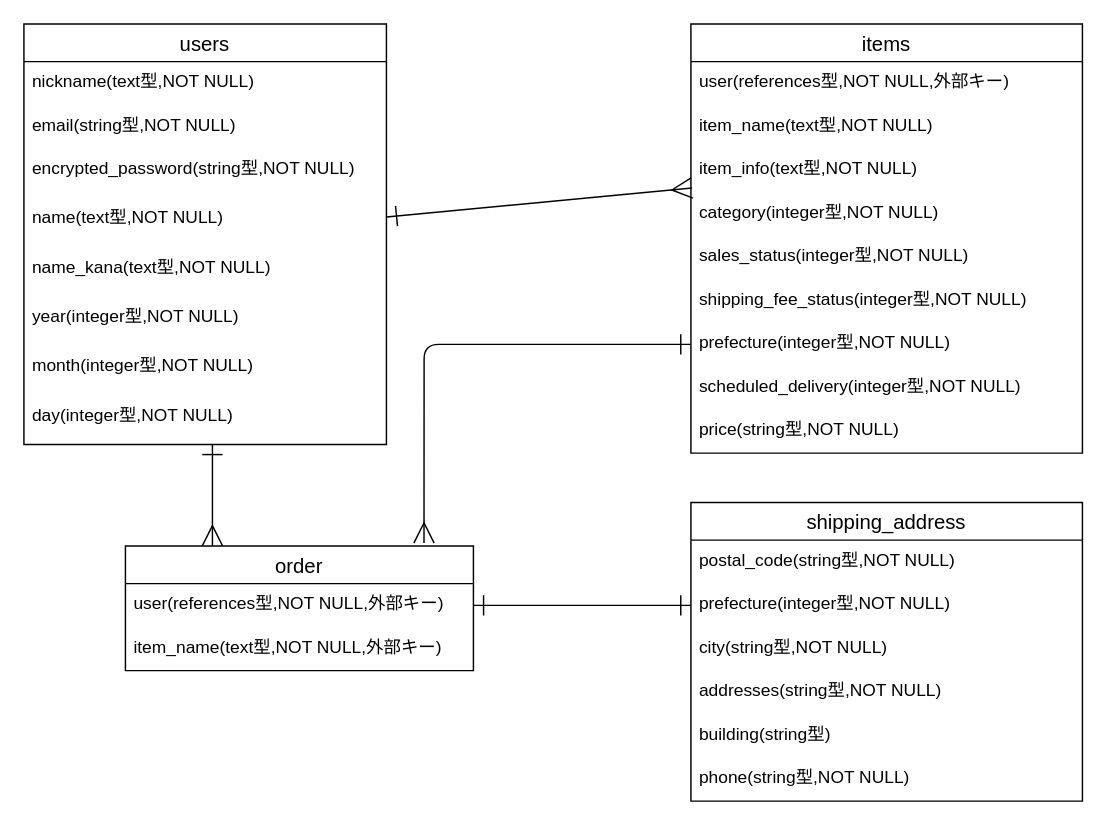
The draw.io diagram app/controllers/furima.dio in yusukeooy/furima-39868, before the edit. Source tidied: cells renumbered, new cells numbered last; positions are measured from the earlier drawing's top-left corner, leaving out a move shared by most shapes. Both pictures are drawn from the tidied source at 145%, with x=0, y=0 at pixel (23, 23).
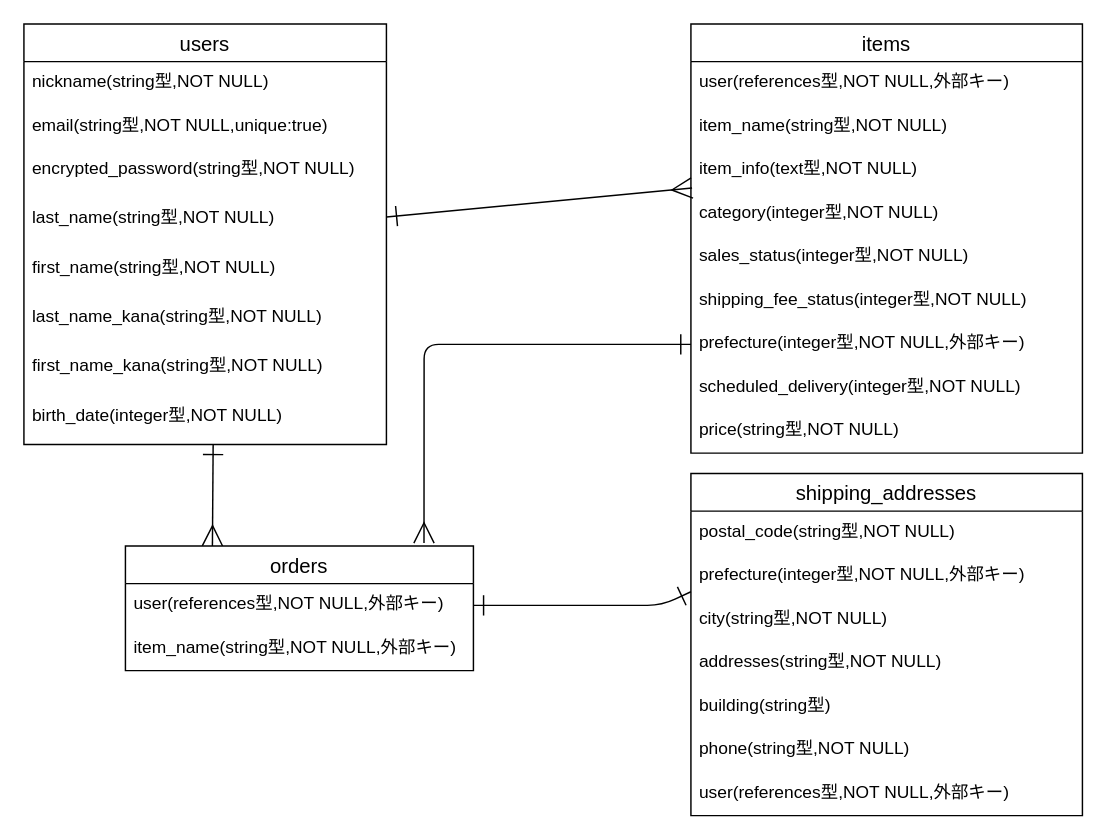
The same diagram, later.

Commit message (it also covers changes not shown here):
データベース設計の修正

The change refers to these unchanged cells:
```xml
<mxCell id="4" value="users" style="swimlane;fontStyle=0;horizontal=1;startSize=26;align=center;fontSize=14;" parent="1" vertex="1">
  <mxGeometry width="250" height="290" as="geometry" />
</mxCell>
<mxCell id="13" value="items" style="swimlane;fontStyle=0;horizontal=1;startSize=26;align=center;fontSize=14;" parent="1" vertex="1">
  <mxGeometry x="460" width="270" height="296" as="geometry" />
</mxCell>
<mxCell id="24" value="user(references型,NOT NULL,外部キー)&#10;" style="text;strokeColor=none;fillColor=none;spacingLeft=4;spacingRight=4;overflow=hidden;points=[[0,0.5],[1,0.5]];portConstraint=eastwest;fontSize=12;" parent="23" vertex="1">
  <mxGeometry y="26" width="240" height="30" as="geometry" />
</mxCell>
```

The edit, as a diff of the source:
```diff
@@
-    <mxCell id="3" style="edgeStyle=none;html=1;entryX=0.25;entryY=0;entryDx=0;entryDy=0;startArrow=ERone;startFill=0;endArrow=ERmany;endFill=0;startSize=12;endSize=12;" parent="1" edge="1" target="23">
-      <mxGeometry relative="1" as="geometry">
-        <mxPoint x="130" y="290" as="sourcePoint" />
-      </mxGeometry>
+    <mxCell id="3" style="edgeStyle=none;html=1;entryX=0.25;entryY=0;entryDx=0;entryDy=0;startArrow=ERone;startFill=0;endArrow=ERmany;endFill=0;startSize=12;endSize=12;exitX=0.522;exitY=1;exitDx=0;exitDy=0;exitPerimeter=0;" parent="1" edge="1" source="10" target="23">
+      <mxGeometry relative="1" as="geometry" />
     </mxCell>
@@
-    <mxCell id="5" value="nickname(text型,NOT NULL)&#10;" style="text;strokeColor=none;fillColor=none;spacingLeft=4;spacingRight=4;overflow=hidden;fontSize=12;" parent="4" vertex="1">
+    <mxCell id="5" value="nickname(string型,NOT NULL)&#10;" style="text;strokeColor=none;fillColor=none;spacingLeft=4;spacingRight=4;overflow=hidden;fontSize=12;" parent="4" vertex="1">
       <mxGeometry y="26" width="250" height="30" as="geometry" />
     </mxCell>
-    <mxCell id="6" value="email(string型,NOT NULL)&#10;&#10;" style="text;strokeColor=none;fillColor=none;spacingLeft=4;spacingRight=4;overflow=hidden;fontSize=12;" parent="4" vertex="1">
+    <mxCell id="6" value="email(string型,NOT NULL,unique:true)&#10;&#10;" style="text;strokeColor=none;fillColor=none;spacingLeft=4;spacingRight=4;overflow=hidden;fontSize=12;" parent="4" vertex="1">
       <mxGeometry y="56" width="250" height="30" as="geometry" />
     </mxCell>
@@
-    <mxCell id="8" value="name(text型,NOT NULL)" style="text;strokeColor=none;fillColor=none;spacingLeft=4;spacingRight=4;overflow=hidden;fontSize=12;" parent="4" vertex="1">
+    <mxCell id="8" value="last_name(string型,NOT NULL)" style="text;strokeColor=none;fillColor=none;spacingLeft=4;spacingRight=4;overflow=hidden;fontSize=12;" parent="4" vertex="1">
       <mxGeometry y="120" width="250" height="34" as="geometry" />
     </mxCell>
+    <mxCell id="35" value="first_name(string型,NOT NULL)" style="text;strokeColor=none;fillColor=none;spacingLeft=4;spacingRight=4;overflow=hidden;fontSize=12;" parent="4" vertex="1">
+      <mxGeometry y="154" width="250" height="34" as="geometry" />
+    </mxCell>
-    <mxCell id="9" value="name_kana(text型,NOT NULL)" style="text;strokeColor=none;fillColor=none;spacingLeft=4;spacingRight=4;overflow=hidden;fontSize=12;" parent="4" vertex="1">
-      <mxGeometry y="154" width="250" height="34" as="geometry" />
+    <mxCell id="9" value="last_name_kana(string型,NOT NULL)" style="text;strokeColor=none;fillColor=none;spacingLeft=4;spacingRight=4;overflow=hidden;fontSize=12;" parent="4" vertex="1">
+      <mxGeometry y="188" width="250" height="34" as="geometry" />
     </mxCell>
+    <mxCell id="36" value="first_name_kana(string型,NOT NULL)" style="text;strokeColor=none;fillColor=none;spacingLeft=4;spacingRight=4;overflow=hidden;fontSize=12;" parent="4" vertex="1">
+      <mxGeometry y="222" width="250" height="34" as="geometry" />
+    </mxCell>
-    <mxCell id="10" value="year(integer型,NOT NULL)" style="text;strokeColor=none;fillColor=none;spacingLeft=4;spacingRight=4;overflow=hidden;points=[[0,0.5],[1,0.5]];portConstraint=eastwest;fontSize=12;" parent="4" vertex="1">
-      <mxGeometry y="188" width="250" height="34" as="geometry" />
+    <mxCell id="10" value="birth_date(integer型,NOT NULL)" style="text;strokeColor=none;fillColor=none;spacingLeft=4;spacingRight=4;overflow=hidden;points=[[0,0.5],[1,0.5]];portConstraint=eastwest;fontSize=12;" parent="4" vertex="1">
+      <mxGeometry y="256" width="250" height="34" as="geometry" />
     </mxCell>
-    <mxCell id="11" value="month(integer型,NOT NULL)" style="text;strokeColor=none;fillColor=none;spacingLeft=4;spacingRight=4;overflow=hidden;fontSize=12;" parent="4" vertex="1">
-      <mxGeometry y="222" width="250" height="34" as="geometry" />
-    </mxCell>
-    <mxCell id="12" value="day(integer型,NOT NULL)" style="text;strokeColor=none;fillColor=none;spacingLeft=4;spacingRight=4;overflow=hidden;fontSize=12;" parent="4" vertex="1">
-      <mxGeometry y="256" width="250" height="34" as="geometry" />
-    </mxCell>
@@
-    <mxCell id="15" value="item_name(text型,NOT NULL)" style="text;strokeColor=none;fillColor=none;spacingLeft=4;spacingRight=4;overflow=hidden;fontSize=12;" parent="13" vertex="1">
+    <mxCell id="15" value="item_name(string型,NOT NULL)" style="text;strokeColor=none;fillColor=none;spacingLeft=4;spacingRight=4;overflow=hidden;fontSize=12;" parent="13" vertex="1">
       <mxGeometry y="56" width="270" height="30" as="geometry" />
     </mxCell>
@@
-    <mxCell id="20" value="prefecture(integer型,NOT NULL)" style="text;strokeColor=none;fillColor=none;spacingLeft=4;spacingRight=4;overflow=hidden;points=[[0,0.5],[1,0.5]];portConstraint=eastwest;fontSize=12;" parent="13" vertex="1">
+    <mxCell id="20" value="prefecture(integer型,NOT NULL,外部キー)" style="text;strokeColor=none;fillColor=none;spacingLeft=4;spacingRight=4;overflow=hidden;points=[[0,0.5],[1,0.5]];portConstraint=eastwest;fontSize=12;" parent="13" vertex="1">
       <mxGeometry y="206" width="270" height="30" as="geometry" />
     </mxCell>
@@
-    <mxCell id="23" value="order" style="swimlane;fontStyle=0;horizontal=1;startSize=26;align=center;fontSize=14;" parent="1" vertex="1">
+    <mxCell id="23" value="orders" style="swimlane;fontStyle=0;horizontal=1;startSize=26;align=center;fontSize=14;" parent="1" vertex="1">
       <mxGeometry x="70" y="360" width="240" height="86" as="geometry" />
     </mxCell>
@@
-    <mxCell id="25" value="item_name(text型,NOT NULL,外部キー)&#10;" style="text;strokeColor=none;fillColor=none;spacingLeft=4;spacingRight=4;overflow=hidden;fontSize=12;" parent="23" vertex="1">
+    <mxCell id="25" value="item_name(string型,NOT NULL,外部キー)&#10;" style="text;strokeColor=none;fillColor=none;spacingLeft=4;spacingRight=4;overflow=hidden;fontSize=12;" parent="23" vertex="1">
       <mxGeometry y="56" width="240" height="30" as="geometry" />
     </mxCell>
-    <mxCell id="26" value="shipping_address" style="swimlane;fontStyle=0;horizontal=1;startSize=26;align=center;fontSize=14;" parent="1" vertex="1">
-      <mxGeometry x="460" y="330" width="270" height="206" as="geometry" />
+    <mxCell id="26" value="shipping_addresses" style="swimlane;fontStyle=0;horizontal=1;startSize=26;align=center;fontSize=14;" parent="1" vertex="1">
+      <mxGeometry x="460" y="310" width="270" height="236" as="geometry" />
     </mxCell>
@@
-    <mxCell id="28" value="prefecture(integer型,NOT NULL)&#10;" style="text;strokeColor=none;fillColor=none;spacingLeft=4;spacingRight=4;overflow=hidden;points=[[0,0.5],[1,0.5]];portConstraint=eastwest;fontSize=12;" parent="26" vertex="1">
+    <mxCell id="28" value="prefecture(integer型,NOT NULL,外部キー)&#10;" style="text;strokeColor=none;fillColor=none;spacingLeft=4;spacingRight=4;overflow=hidden;points=[[0,0.5],[1,0.5]];portConstraint=eastwest;fontSize=12;" parent="26" vertex="1">
       <mxGeometry y="56" width="270" height="30" as="geometry" />
     </mxCell>
@@
+    <mxCell id="37" value="phone(string型,NOT NULL)" style="text;strokeColor=none;fillColor=none;spacingLeft=4;spacingRight=4;overflow=hidden;fontSize=12;" parent="26" vertex="1">
+      <mxGeometry y="176" width="270" height="30" as="geometry" />
+    </mxCell>
-    <mxCell id="32" value="phone(string型,NOT NULL)" style="text;strokeColor=none;fillColor=none;spacingLeft=4;spacingRight=4;overflow=hidden;fontSize=12;" parent="26" vertex="1">
-      <mxGeometry y="176" width="270" height="30" as="geometry" />
+    <mxCell id="32" value="user(references型,NOT NULL,外部キー)" style="text;strokeColor=none;fillColor=none;spacingLeft=4;spacingRight=4;overflow=hidden;fontSize=12;" parent="26" vertex="1">
+      <mxGeometry y="206" width="270" height="30" as="geometry" />
     </mxCell>
-    <mxCell id="33" style="edgeStyle=none;html=1;exitX=1;exitY=0.5;exitDx=0;exitDy=0;entryX=0;entryY=0.5;entryDx=0;entryDy=0;startArrow=ERone;startFill=0;endArrow=ERone;endFill=0;startSize=12;endSize=12;" parent="1" edge="1" source="24" target="28">
-      <mxGeometry relative="1" as="geometry" />
+    <mxCell id="33" style="edgeStyle=none;html=1;exitX=1;exitY=0.5;exitDx=0;exitDy=0;entryX=0;entryY=0.853;entryDx=0;entryDy=0;startArrow=ERone;startFill=0;endArrow=ERone;endFill=0;startSize=12;endSize=12;entryPerimeter=0;" parent="1" edge="1" source="24" target="28">
+      <mxGeometry relative="1" as="geometry">
+        <Array as="points">
+          <mxPoint x="440" y="401" />
+        </Array>
+      </mxGeometry>
     </mxCell>
```
